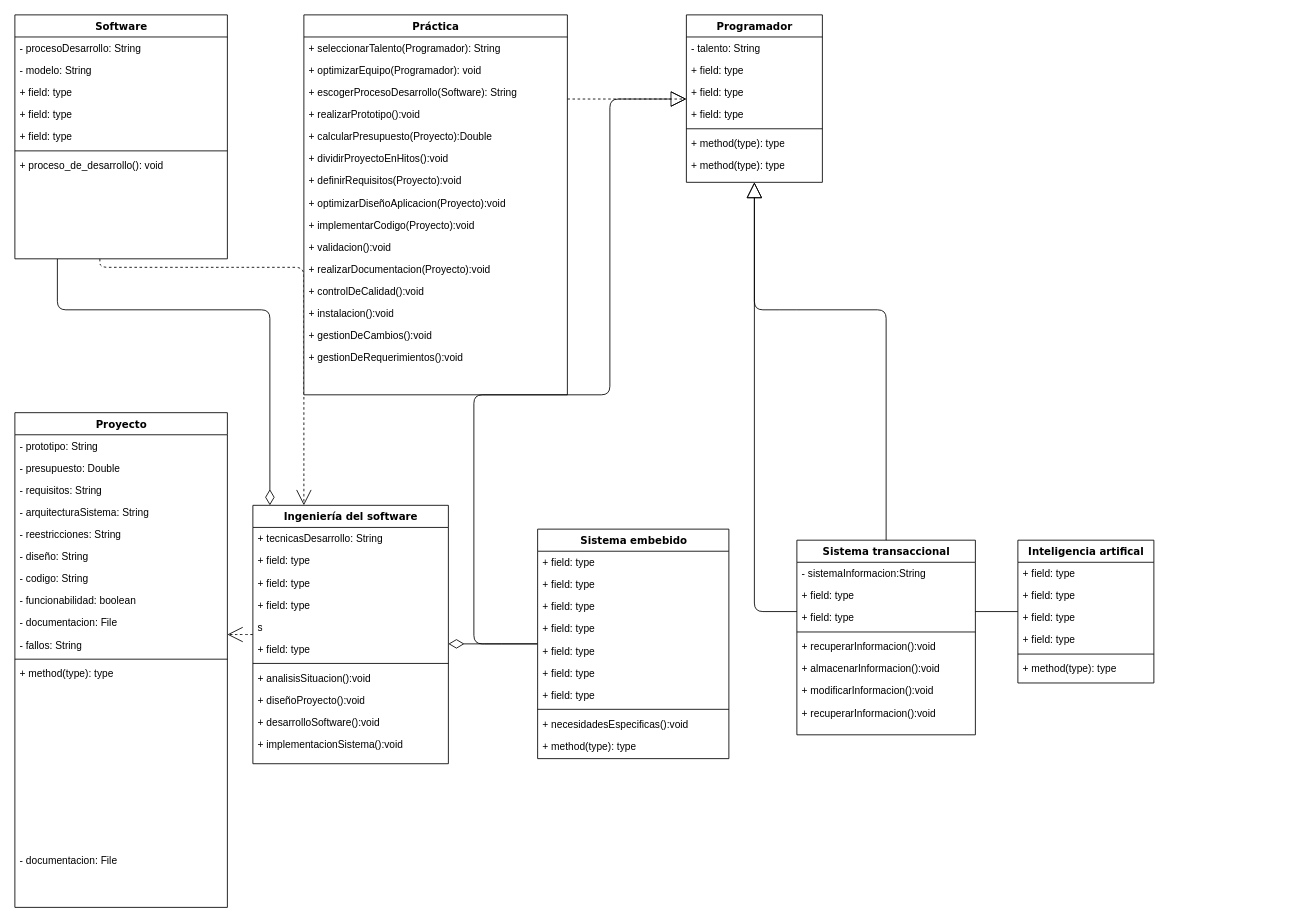
Before: Untitled Diagram.drawio in NeutronBlast/IS-Ex, a draw.io diagram. Source tidied: cells renumbered, new cells numbered last; positions are measured from the earlier drawing's top-left corner, leaving out a move shared by most shapes. Both pictures are drawn from the tidied source at 85%, with x=0, y=0 at pixel (14, 14).
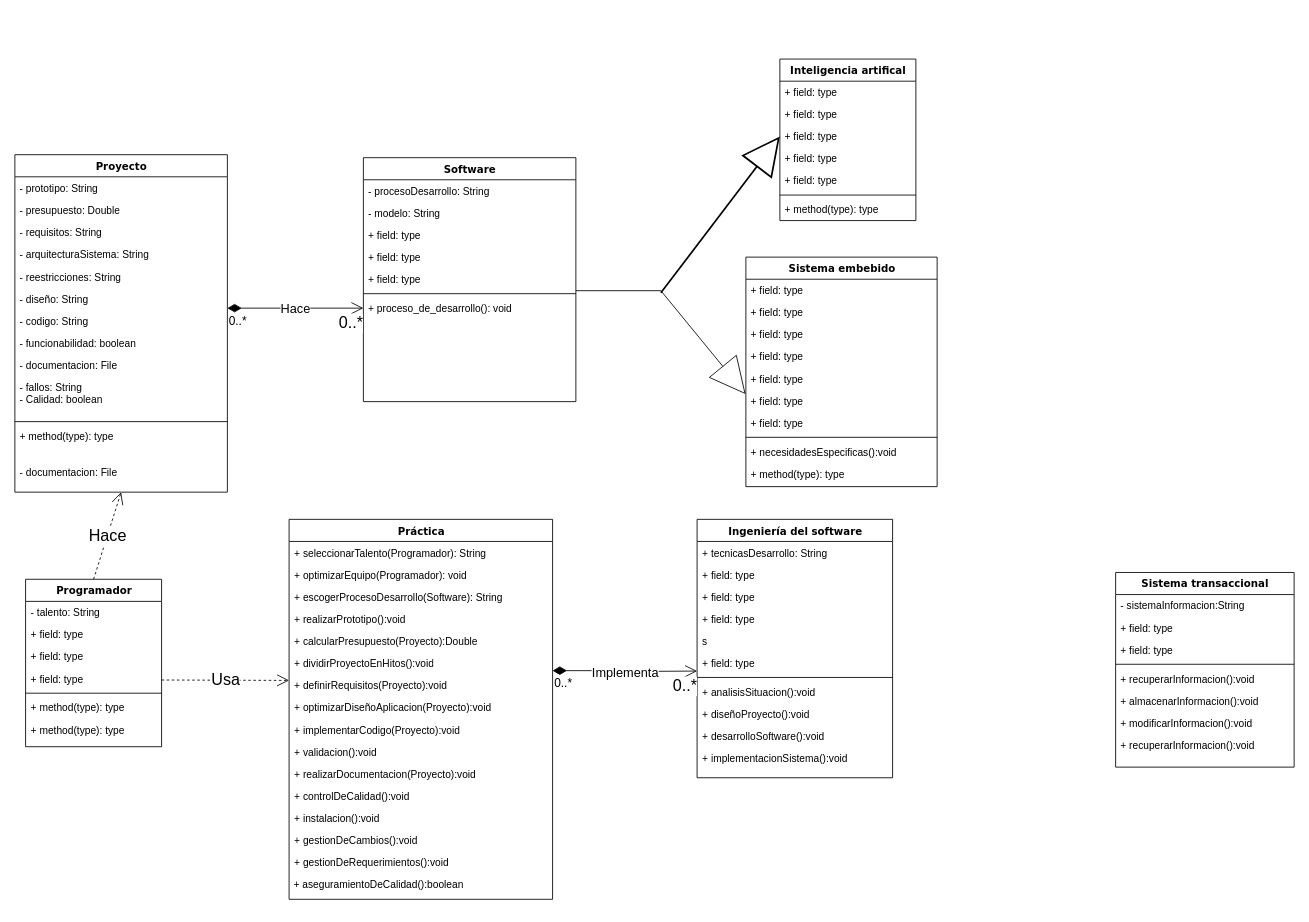
The same page after the edit.

Unchanged cells that the change refers to:
```xml
<mxCell id="19" value="+ dividirProyectoEnHitos():void" style="text;html=1;strokeColor=none;fillColor=none;align=left;verticalAlign=top;spacingLeft=4;spacingRight=4;whiteSpace=wrap;overflow=hidden;points=[[0,0.5],[1,0.5]];portConstraint=eastwest;" parent="13" vertex="1">
  <mxGeometry y="156" width="310" height="26" as="geometry" />
</mxCell>
<mxCell id="81" value="+ field: type" style="text;html=1;strokeColor=none;fillColor=none;align=left;verticalAlign=top;spacingLeft=4;spacingRight=4;whiteSpace=wrap;overflow=hidden;points=[[0,0.5],[1,0.5]];portConstraint=eastwest;" parent="78" vertex="1">
  <mxGeometry y="78" width="160" height="26" as="geometry" />
</mxCell>
```

The edit, as a diff of the source:
```diff
@@
-    <mxCell id="2" style="edgeStyle=orthogonalEdgeStyle;html=1;labelBackgroundColor=none;startFill=0;startSize=8;endArrow=open;endFill=0;endSize=16;fontFamily=Verdana;fontSize=12;dashed=1;" parent="1" edge="1" source="4" target="53">
-      <mxGeometry relative="1" as="geometry">
-        <Array as="points">
-          <mxPoint x="100" y="297" />
-          <mxPoint x="340" y="297" />
-        </Array>
-      </mxGeometry>
-    </mxCell>
-    <mxCell id="3" style="edgeStyle=orthogonalEdgeStyle;html=1;labelBackgroundColor=none;startFill=0;startSize=8;endArrow=diamondThin;endFill=0;endSize=16;fontFamily=Verdana;fontSize=12;" parent="1" edge="1" source="4" target="53">
-      <mxGeometry relative="1" as="geometry">
-        <Array as="points">
-          <mxPoint x="50" y="347" />
-          <mxPoint x="300" y="347" />
-        </Array>
-      </mxGeometry>
-    </mxCell>
     <mxCell id="4" value="Software&lt;br&gt;&lt;br&gt;" style="swimlane;html=1;fontStyle=1;align=center;verticalAlign=top;horizontal=1;startSize=26;swimlaneFillColor=#ffffff;rounded=0;shadow=0;comic=0;labelBackgroundColor=none;strokeColor=#000000;strokeWidth=1;fillColor=none;fontFamily=Verdana;fontSize=12;fontColor=#000000;" parent="1" vertex="1">
-      <mxGeometry width="250" height="287" as="geometry" />
+      <mxGeometry x="410" y="168" width="250" height="287" as="geometry" />
     </mxCell>
@@
-    <mxCell id="12" style="edgeStyle=elbowEdgeStyle;html=1;labelBackgroundColor=none;startFill=0;startSize=8;endArrow=open;endFill=0;endSize=16;fontFamily=Verdana;fontSize=12;elbow=vertical;dashed=1;" parent="1" edge="1" source="13" target="29">
-      <mxGeometry relative="1" as="geometry" />
-    </mxCell>
     <mxCell id="13" value="Práctica&lt;br&gt;" style="swimlane;html=1;fontStyle=1;align=center;verticalAlign=top;horizontal=1;startSize=26;swimlaneFillColor=#ffffff;rounded=0;shadow=0;comic=0;labelBackgroundColor=none;strokeColor=#000000;strokeWidth=1;fillColor=none;fontFamily=Verdana;fontSize=12;fontColor=#000000;" parent="1" vertex="1">
-      <mxGeometry x="340" width="310" height="447" as="geometry" />
+      <mxGeometry x="322.6" y="593.5" width="310" height="447" as="geometry" />
     </mxCell>
@@
+    <mxCell id="95" value="&amp;nbsp;+ aseguramientoDeCalidad():boolean" style="text;html=1;" parent="13" vertex="1">
+      <mxGeometry y="416" width="310" height="30" as="geometry" />
+    </mxCell>
     <mxCell id="29" value="Programador" style="swimlane;html=1;fontStyle=1;align=center;verticalAlign=top;horizontal=1;startSize=26;swimlaneFillColor=#ffffff;rounded=0;shadow=0;comic=0;labelBackgroundColor=none;strokeColor=#000000;strokeWidth=1;fillColor=none;fontFamily=Verdana;fontSize=12;fontColor=#000000;" parent="1" vertex="1">
-      <mxGeometry x="790" width="160" height="197" as="geometry" />
+      <mxGeometry x="12.6" y="664" width="160" height="197" as="geometry" />
     </mxCell>
@@
-    <mxCell id="37" style="edgeStyle=elbowEdgeStyle;html=1;labelBackgroundColor=none;startFill=0;startSize=8;endArrow=open;endFill=0;endSize=16;fontFamily=Verdana;fontSize=12;elbow=vertical;dashed=1;" parent="1" edge="1" source="53" target="38">
-      <mxGeometry relative="1" as="geometry" />
-    </mxCell>
     <mxCell id="38" value="Proyecto" style="swimlane;html=1;fontStyle=1;align=center;verticalAlign=top;horizontal=1;startSize=26;swimlaneFillColor=#ffffff;rounded=0;shadow=0;comic=0;labelBackgroundColor=none;strokeColor=#000000;strokeWidth=1;fillColor=none;fontFamily=Verdana;fontSize=12;fontColor=#000000;" parent="1" vertex="1">
-      <mxGeometry y="468" width="250" height="582" as="geometry" />
+      <mxGeometry y="164.5" width="250" height="397" as="geometry" />
     </mxCell>
@@
-    <mxCell id="48" value="- fallos: String" style="text;html=1;strokeColor=none;fillColor=none;align=left;verticalAlign=top;spacingLeft=4;spacingRight=4;whiteSpace=wrap;overflow=hidden;" parent="38" vertex="1">
-      <mxGeometry y="260" width="250" height="26" as="geometry" />
+    <mxCell id="48" value="- fallos: String&lt;br&gt;- Calidad: boolean&lt;br&gt;&lt;br&gt;" style="text;html=1;strokeColor=none;fillColor=none;align=left;verticalAlign=top;spacingLeft=4;spacingRight=4;whiteSpace=wrap;overflow=hidden;" parent="38" vertex="1">
+      <mxGeometry y="260" width="250" height="50" as="geometry" />
     </mxCell>
     <mxCell id="49" style="line;html=1;strokeWidth=1;fillColor=none;align=left;verticalAlign=middle;spacingTop=-1;spacingLeft=3;spacingRight=3;labelPosition=right;" parent="38" vertex="1">
-      <mxGeometry y="286" width="250" height="8" as="geometry" />
+      <mxGeometry y="310" width="250" height="8" as="geometry" />
     </mxCell>
     <mxCell id="50" value="+ method(type): type" style="text;html=1;strokeColor=none;fillColor=none;align=left;verticalAlign=top;spacingLeft=4;spacingRight=4;whiteSpace=wrap;overflow=hidden;" parent="38" vertex="1">
-      <mxGeometry y="294" width="250" height="220" as="geometry" />
+      <mxGeometry y="318" width="250" height="42" as="geometry" />
     </mxCell>
     <mxCell id="51" value="- documentacion: File" style="text;html=1;strokeColor=none;fillColor=none;align=left;verticalAlign=top;spacingLeft=4;spacingRight=4;whiteSpace=wrap;overflow=hidden;" parent="38" vertex="1">
-      <mxGeometry y="514" width="250" height="26" as="geometry" />
+      <mxGeometry y="360" width="250" height="26" as="geometry" />
     </mxCell>
-    <mxCell id="52" style="edgeStyle=elbowEdgeStyle;html=1;labelBackgroundColor=none;startFill=0;startSize=8;endArrow=diamondThin;endFill=0;endSize=16;fontFamily=Verdana;fontSize=12;elbow=vertical;" parent="1" edge="1" source="66" target="53">
-      <mxGeometry relative="1" as="geometry" />
-    </mxCell>
     <mxCell id="53" value="Ingeniería del software" style="swimlane;html=1;fontStyle=1;align=center;verticalAlign=top;horizontal=1;startSize=26;swimlaneFillColor=#ffffff;rounded=0;shadow=0;comic=0;labelBackgroundColor=none;strokeColor=#000000;strokeWidth=1;fillColor=none;fontFamily=Verdana;fontSize=12;fontColor=#000000;" parent="1" vertex="1">
-      <mxGeometry x="280" y="577" width="230" height="304" as="geometry" />
+      <mxGeometry x="802.6" y="593.5" width="230" height="304" as="geometry" />
     </mxCell>
@@
-    <mxCell id="65" style="edgeStyle=orthogonalEdgeStyle;html=1;labelBackgroundColor=none;startFill=0;startSize=8;endArrow=block;endFill=0;endSize=16;fontFamily=Verdana;fontSize=12;" parent="1" edge="1" source="66" target="29">
-      <mxGeometry relative="1" as="geometry">
-        <Array as="points">
-          <mxPoint x="540" y="447" />
-          <mxPoint x="700" y="447" />
-          <mxPoint x="700" y="99" />
-        </Array>
-      </mxGeometry>
-    </mxCell>
     <mxCell id="66" value="Sistema embebido" style="swimlane;html=1;fontStyle=1;align=center;verticalAlign=top;horizontal=1;startSize=26;swimlaneFillColor=#ffffff;rounded=0;shadow=0;comic=0;labelBackgroundColor=none;strokeColor=#000000;strokeWidth=1;fillColor=none;fontFamily=Verdana;fontSize=12;fontColor=#000000;" parent="1" vertex="1">
-      <mxGeometry x="615" y="605" width="225" height="270" as="geometry" />
+      <mxGeometry x="860" y="285" width="225" height="270" as="geometry" />
     </mxCell>
@@
-    <mxCell id="77" style="edgeStyle=orthogonalEdgeStyle;html=1;labelBackgroundColor=none;startFill=0;startSize=8;endArrow=block;endFill=0;endSize=16;fontFamily=Verdana;fontSize=12;" parent="1" edge="1" source="78" target="29">
-      <mxGeometry relative="1" as="geometry" />
-    </mxCell>
     <mxCell id="78" value="Inteligencia artifical" style="swimlane;html=1;fontStyle=1;align=center;verticalAlign=top;horizontal=1;startSize=26;swimlaneFillColor=#ffffff;rounded=0;shadow=0;comic=0;labelBackgroundColor=none;strokeColor=#000000;strokeWidth=1;fillColor=none;fontFamily=Verdana;fontSize=12;fontColor=#000000;" parent="1" vertex="1">
-      <mxGeometry x="1180" y="618" width="160" height="168" as="geometry" />
+      <mxGeometry x="900" y="52" width="160" height="190" as="geometry" />
     </mxCell>
@@
+    <mxCell id="96" value="+ field: type" style="text;html=1;strokeColor=none;fillColor=none;align=left;verticalAlign=top;spacingLeft=4;spacingRight=4;whiteSpace=wrap;overflow=hidden;" parent="78" vertex="1">
+      <mxGeometry y="104" width="160" height="26" as="geometry" />
+    </mxCell>
     <mxCell id="82" value="+ field: type" style="text;html=1;strokeColor=none;fillColor=none;align=left;verticalAlign=top;spacingLeft=4;spacingRight=4;whiteSpace=wrap;overflow=hidden;" parent="78" vertex="1">
-      <mxGeometry y="104" width="160" height="26" as="geometry" />
+      <mxGeometry y="130" width="160" height="26" as="geometry" />
     </mxCell>
     <mxCell id="83" style="line;html=1;strokeWidth=1;fillColor=none;align=left;verticalAlign=middle;spacingTop=-1;spacingLeft=3;spacingRight=3;labelPosition=right;" parent="78" vertex="1">
-      <mxGeometry y="130" width="160" height="8" as="geometry" />
+      <mxGeometry y="156" width="160" height="8" as="geometry" />
     </mxCell>
     <mxCell id="84" value="+ method(type): type" style="text;html=1;strokeColor=none;fillColor=none;align=left;verticalAlign=top;spacingLeft=4;spacingRight=4;whiteSpace=wrap;overflow=hidden;" parent="78" vertex="1">
-      <mxGeometry y="138" width="160" height="26" as="geometry" />
+      <mxGeometry y="164" width="160" height="26" as="geometry" />
     </mxCell>
-    <mxCell id="85" style="edgeStyle=orthogonalEdgeStyle;html=1;labelBackgroundColor=none;startFill=0;startSize=8;endArrow=block;endFill=0;endSize=16;fontFamily=Verdana;fontSize=12;" parent="1" edge="1" source="86" target="29">
-      <mxGeometry relative="1" as="geometry">
-        <Array as="points">
-          <mxPoint x="910" y="347" />
-          <mxPoint x="760" y="347" />
-        </Array>
-      </mxGeometry>
-    </mxCell>
     <mxCell id="86" value="Sistema transaccional" style="swimlane;html=1;fontStyle=1;align=center;verticalAlign=top;horizontal=1;startSize=26;swimlaneFillColor=#ffffff;rounded=0;shadow=0;comic=0;labelBackgroundColor=none;strokeColor=#000000;strokeWidth=1;fillColor=none;fontFamily=Verdana;fontSize=12;fontColor=#000000;" parent="1" vertex="1">
-      <mxGeometry x="920" y="618" width="210" height="229" as="geometry" />
+      <mxGeometry x="1295" y="656" width="210" height="229" as="geometry" />
     </mxCell>
@@
+    <mxCell id="97" value="Hace&lt;br style=&quot;font-size: 15px;&quot;&gt;" style="endArrow=open;html=1;endSize=12;startArrow=diamondThin;startSize=14;startFill=1;edgeStyle=orthogonalEdgeStyle;strokeColor=#000000;shadow=0;comic=0;fontSize=15;" parent="1" edge="1">
+      <mxGeometry relative="1" as="geometry">
+        <mxPoint x="250" y="345" as="sourcePoint" />
+        <mxPoint x="410" y="345" as="targetPoint" />
+      </mxGeometry>
+    </mxCell>
+    <mxCell id="98" value="0..*" style="html=1;align=left;verticalAlign=top;labelBackgroundColor=#ffffff;fontSize=14;" parent="97" vertex="1">
+      <mxGeometry x="-1" relative="1" as="geometry" />
+    </mxCell>
+    <mxCell id="99" value="0..*" style="html=1;align=right;verticalAlign=top;labelBackgroundColor=#ffffff;fontSize=19;" parent="97" vertex="1">
+      <mxGeometry x="1" relative="1" as="geometry" />
+    </mxCell>
+    <mxCell id="100" value="Implementa&lt;br style=&quot;font-size: 15px&quot;&gt;" style="endArrow=open;html=1;endSize=12;startArrow=diamondThin;startSize=14;startFill=1;edgeStyle=orthogonalEdgeStyle;strokeColor=#000000;shadow=0;comic=0;fontSize=15;exitX=1;exitY=0.846;exitDx=0;exitDy=0;exitPerimeter=0;" parent="1" edge="1" source="19">
+      <mxGeometry relative="1" as="geometry">
+        <mxPoint x="802.6" y="772" as="targetPoint" />
+      </mxGeometry>
+    </mxCell>
+    <mxCell id="101" value="0..*" style="html=1;align=left;verticalAlign=top;labelBackgroundColor=#ffffff;fontSize=14;" parent="100" vertex="1">
+      <mxGeometry x="-1" relative="1" as="geometry" />
+    </mxCell>
+    <mxCell id="102" value="0..*" style="html=1;align=right;verticalAlign=top;labelBackgroundColor=#ffffff;fontSize=19;" parent="100" vertex="1">
+      <mxGeometry x="1" relative="1" as="geometry" />
+    </mxCell>
+    <mxCell id="103" value="Usa&lt;br&gt;" style="endArrow=open;endSize=12;dashed=1;html=1;shadow=0;strokeColor=#000000;fontSize=19;" parent="1" edge="1">
+      <mxGeometry relative="1" as="geometry">
+        <mxPoint x="172.6" y="782.5" as="sourcePoint" />
+        <mxPoint x="322.6" y="783" as="targetPoint" />
+      </mxGeometry>
+    </mxCell>
+    <mxCell id="104" value="Hace&lt;br&gt;" style="endArrow=open;endSize=12;dashed=1;html=1;shadow=0;strokeColor=#000000;fontSize=19;exitX=0.5;exitY=0;exitDx=0;exitDy=0;entryX=0.5;entryY=1;entryDx=0;entryDy=0;" parent="1" edge="1" source="29" target="38">
+      <mxGeometry relative="1" as="geometry" />
+    </mxCell>
+    <mxCell id="105" style="endArrow=block;endFill=0;endSize=40;html=1;shadow=0;strokeColor=#000000;fontSize=19;rounded=0;jumpSize=0;entryX=0;entryY=0.5;entryDx=0;entryDy=0;startSize=22;" parent="1" edge="1">
+      <mxGeometry relative="1" as="geometry">
+        <mxPoint x="660" y="324.5" as="sourcePoint" />
+        <mxPoint x="859.6" y="446.1" as="targetPoint" />
+        <Array as="points">
+          <mxPoint x="760" y="324.5" />
+        </Array>
+      </mxGeometry>
+    </mxCell>
+    <mxCell id="106" style="endArrow=block;endFill=0;endSize=40;html=1;shadow=0;strokeColor=#000000;fontSize=19;rounded=0;jumpSize=0;entryX=0;entryY=0.5;entryDx=0;entryDy=0;strokeWidth=2;startSize=22;sourcePerimeterSpacing=9;" parent="1" edge="1" target="81">
+      <mxGeometry relative="1" as="geometry">
+        <mxPoint x="760" y="327" as="sourcePoint" />
+      </mxGeometry>
+    </mxCell>
```
